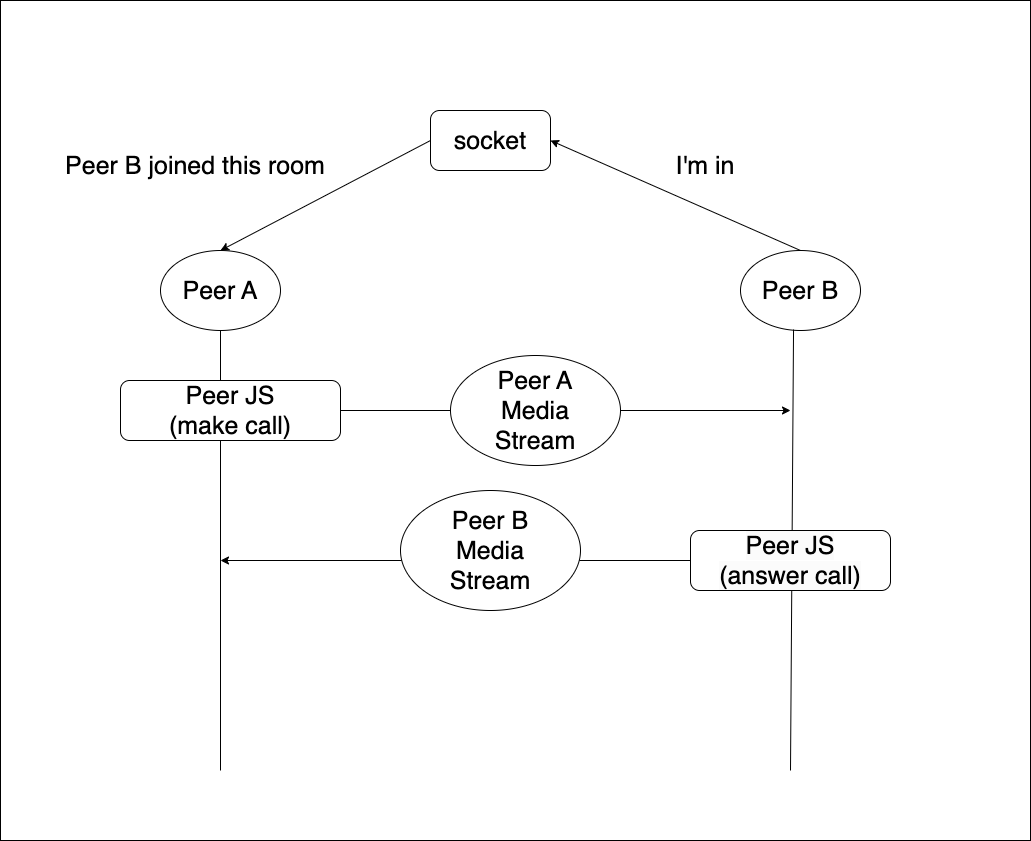
The draw.io diagram readme/peerjs.png in sand050965/mini-room, before a commit. Source tidied: cells renumbered, new cells last; positions are measured from the earlier drawing's top-left corner, leaving out a move shared by most shapes. Source of this version:
```xml
<mxGraphModel>
  <root>
    <mxCell id="0" />
    <mxCell id="1" parent="0" />
    <mxCell id="2" style="rounded=0;whiteSpace=wrap;html=1;" parent="1" vertex="1">
      <mxGeometry width="1030" height="840" as="geometry" />
    </mxCell>
    <mxCell id="3" value="&lt;font style=&quot;font-size: 25px;&quot;&gt;Peer A&lt;/font&gt;" style="ellipse;whiteSpace=wrap;html=1;" parent="1" vertex="1">
      <mxGeometry x="160" y="250" width="120" height="80" as="geometry" />
    </mxCell>
    <mxCell id="4" value="&lt;font style=&quot;font-size: 25px;&quot;&gt;Peer B&lt;/font&gt;" style="ellipse;whiteSpace=wrap;html=1;" parent="1" vertex="1">
      <mxGeometry x="740" y="250" width="120" height="80" as="geometry" />
    </mxCell>
    <mxCell id="5" style="endArrow=none;html=1;rounded=0;fontSize=25;entryX=0.5;entryY=1;entryDx=0;entryDy=0;" parent="1" edge="1" target="3">
      <mxGeometry relative="1" as="geometry">
        <mxPoint x="220" y="770" as="sourcePoint" />
      </mxGeometry>
    </mxCell>
    <mxCell id="6" style="endArrow=none;html=1;rounded=0;fontSize=25;entryX=0.442;entryY=0.988;entryDx=0;entryDy=0;entryPerimeter=0;" parent="1" edge="1" target="4">
      <mxGeometry relative="1" as="geometry">
        <mxPoint x="790" y="770" as="sourcePoint" />
      </mxGeometry>
    </mxCell>
    <mxCell id="7" value="socket" style="rounded=1;whiteSpace=wrap;html=1;fontSize=25;" parent="1" vertex="1">
      <mxGeometry x="430" y="110" width="120" height="60" as="geometry" />
    </mxCell>
    <mxCell id="8" style="endArrow=classic;html=1;rounded=0;fontSize=25;exitX=0.5;exitY=0;exitDx=0;exitDy=0;" parent="1" edge="1" source="4">
      <mxGeometry relative="1" as="geometry">
        <mxPoint x="550" y="140" as="targetPoint" />
      </mxGeometry>
    </mxCell>
    <mxCell id="9" value="I'm in" style="text;html=1;strokeColor=none;fillColor=none;align=center;verticalAlign=middle;whiteSpace=wrap;rounded=0;fontSize=25;" parent="1" vertex="1">
      <mxGeometry x="640" y="150" width="130" height="30" as="geometry" />
    </mxCell>
    <mxCell id="10" style="endArrow=classic;html=1;rounded=0;fontSize=25;exitX=0;exitY=0.5;exitDx=0;exitDy=0;entryX=0.5;entryY=0;entryDx=0;entryDy=0;" parent="1" edge="1" source="7" target="3">
      <mxGeometry relative="1" as="geometry" />
    </mxCell>
    <mxCell id="11" value="Peer B joined this room" style="text;html=1;strokeColor=none;fillColor=none;align=center;verticalAlign=middle;whiteSpace=wrap;rounded=0;fontSize=25;" parent="1" vertex="1">
      <mxGeometry x="40" y="150" width="310" height="30" as="geometry" />
    </mxCell>
    <mxCell id="12" style="endArrow=classic;html=1;rounded=0;fontSize=25;startArrow=none;" parent="1" edge="1" source="16">
      <mxGeometry relative="1" as="geometry">
        <mxPoint x="790" y="410" as="targetPoint" />
      </mxGeometry>
    </mxCell>
    <mxCell id="13" style="endArrow=none;html=1;rounded=0;fontSize=25;" parent="1" edge="1" target="14">
      <mxGeometry relative="1" as="geometry">
        <mxPoint x="220" y="410" as="sourcePoint" />
      </mxGeometry>
    </mxCell>
    <mxCell id="14" value="Peer JS&lt;br&gt;(make call)" style="rounded=1;whiteSpace=wrap;html=1;fontSize=25;" parent="1" vertex="1">
      <mxGeometry x="120" y="380" width="220" height="60" as="geometry" />
    </mxCell>
    <mxCell id="15" style="endArrow=none;html=1;rounded=0;fontSize=25;startArrow=none;" parent="1" edge="1" source="14" target="16">
      <mxGeometry relative="1" as="geometry" />
    </mxCell>
    <mxCell id="16" value="Peer A&lt;br&gt;Media&lt;br&gt;Stream" style="ellipse;whiteSpace=wrap;html=1;fontSize=25;" parent="1" vertex="1">
      <mxGeometry x="450" y="355" width="170" height="110" as="geometry" />
    </mxCell>
    <mxCell id="17" value="&lt;span style=&quot;color: rgb(0, 0, 0); font-family: Helvetica; font-size: 25px; font-style: normal; font-variant-ligatures: normal; font-variant-caps: normal; font-weight: 400; letter-spacing: normal; orphans: 2; text-align: center; text-indent: 0px; text-transform: none; widows: 2; word-spacing: 0px; -webkit-text-stroke-width: 0px; background-color: rgb(251, 251, 251); text-decoration-thickness: initial; text-decoration-style: initial; text-decoration-color: initial; float: none; display: inline !important;&quot;&gt;Peer JS&lt;/span&gt;&lt;br style=&quot;border-color: var(--border-color); color: rgb(0, 0, 0); font-family: Helvetica; font-size: 25px; font-style: normal; font-variant-ligatures: normal; font-variant-caps: normal; font-weight: 400; letter-spacing: normal; orphans: 2; text-align: center; text-indent: 0px; text-transform: none; widows: 2; word-spacing: 0px; -webkit-text-stroke-width: 0px; background-color: rgb(251, 251, 251); text-decoration-thickness: initial; text-decoration-style: initial; text-decoration-color: initial;&quot;&gt;&lt;span style=&quot;color: rgb(0, 0, 0); font-family: Helvetica; font-size: 25px; font-style: normal; font-variant-ligatures: normal; font-variant-caps: normal; font-weight: 400; letter-spacing: normal; orphans: 2; text-align: center; text-indent: 0px; text-transform: none; widows: 2; word-spacing: 0px; -webkit-text-stroke-width: 0px; background-color: rgb(251, 251, 251); text-decoration-thickness: initial; text-decoration-style: initial; text-decoration-color: initial; float: none; display: inline !important;&quot;&gt;(answer call)&lt;/span&gt;" style="rounded=1;whiteSpace=wrap;html=1;fontSize=25;" parent="1" vertex="1">
      <mxGeometry x="690" y="530" width="200" height="60" as="geometry" />
    </mxCell>
    <mxCell id="18" style="endArrow=classic;html=1;rounded=0;fontSize=25;exitX=0;exitY=0.5;exitDx=0;exitDy=0;" parent="1" edge="1" source="17">
      <mxGeometry relative="1" as="geometry">
        <mxPoint x="220" y="560" as="targetPoint" />
      </mxGeometry>
    </mxCell>
    <mxCell id="19" value="Peer B&lt;br&gt;Media&lt;br&gt;Stream" style="ellipse;whiteSpace=wrap;html=1;fontSize=25;" parent="1" vertex="1">
      <mxGeometry x="400" y="490" width="180" height="120" as="geometry" />
    </mxCell>
  </root>
</mxGraphModel>
```
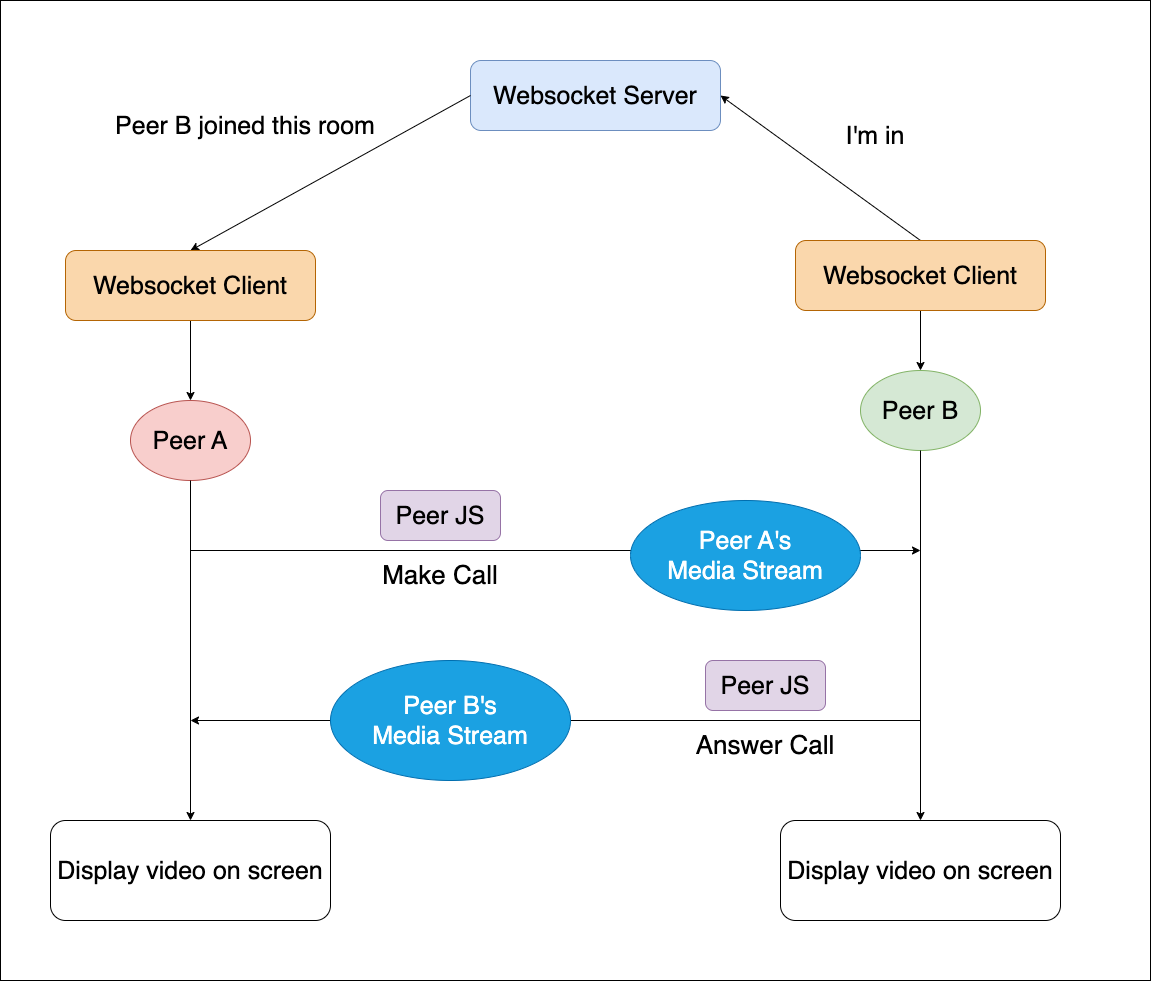
After the commit.

The edit, as a diff of the source:
```diff
@@ -3,70 +3,82 @@
     <mxCell id="0" />
     <mxCell id="1" parent="0" />
     <mxCell id="2" style="rounded=0;whiteSpace=wrap;html=1;" parent="1" vertex="1">
-      <mxGeometry width="1030" height="840" as="geometry" />
+      <mxGeometry x="-120" y="-120" width="1150" height="980" as="geometry" />
     </mxCell>
-    <mxCell id="3" value="&lt;font style=&quot;font-size: 25px;&quot;&gt;Peer A&lt;/font&gt;" style="ellipse;whiteSpace=wrap;html=1;" parent="1" vertex="1">
-      <mxGeometry x="160" y="250" width="120" height="80" as="geometry" />
+    <mxCell id="3" value="&lt;font style=&quot;font-size: 25px;&quot;&gt;Peer A&lt;/font&gt;" style="ellipse;whiteSpace=wrap;html=1;fillColor=#f8cecc;strokeColor=#b85450;" parent="1" vertex="1">
+      <mxGeometry x="10" y="280" width="120" height="80" as="geometry" />
     </mxCell>
-    <mxCell id="4" value="&lt;font style=&quot;font-size: 25px;&quot;&gt;Peer B&lt;/font&gt;" style="ellipse;whiteSpace=wrap;html=1;" parent="1" vertex="1">
+    <mxCell id="4" value="&lt;font style=&quot;font-size: 25px;&quot;&gt;Peer B&lt;/font&gt;" style="ellipse;whiteSpace=wrap;html=1;fillColor=#d5e8d4;strokeColor=#82b366;" parent="1" vertex="1">
       <mxGeometry x="740" y="250" width="120" height="80" as="geometry" />
     </mxCell>
-    <mxCell id="5" style="endArrow=none;html=1;rounded=0;fontSize=25;entryX=0.5;entryY=1;entryDx=0;entryDy=0;" parent="1" edge="1" target="3">
-      <mxGeometry relative="1" as="geometry">
-        <mxPoint x="220" y="770" as="sourcePoint" />
-      </mxGeometry>
-    </mxCell>
-    <mxCell id="6" style="endArrow=none;html=1;rounded=0;fontSize=25;entryX=0.442;entryY=0.988;entryDx=0;entryDy=0;entryPerimeter=0;" parent="1" edge="1" target="4">
-      <mxGeometry relative="1" as="geometry">
-        <mxPoint x="790" y="770" as="sourcePoint" />
-      </mxGeometry>
-    </mxCell>
-    <mxCell id="7" value="socket" style="rounded=1;whiteSpace=wrap;html=1;fontSize=25;" parent="1" vertex="1">
-      <mxGeometry x="430" y="110" width="120" height="60" as="geometry" />
+    <mxCell id="7" value="Websocket Server" style="rounded=1;whiteSpace=wrap;html=1;fontSize=25;fillColor=#dae8fc;strokeColor=#6c8ebf;" parent="1" vertex="1">
+      <mxGeometry x="350" y="-60" width="250" height="70" as="geometry" />
     </mxCell>
-    <mxCell id="8" style="endArrow=classic;html=1;rounded=0;fontSize=25;exitX=0.5;exitY=0;exitDx=0;exitDy=0;" parent="1" edge="1" source="4">
-      <mxGeometry relative="1" as="geometry">
-        <mxPoint x="550" y="140" as="targetPoint" />
-      </mxGeometry>
+    <mxCell id="8" style="endArrow=classic;html=1;rounded=0;fontSize=25;exitX=0.5;exitY=0;exitDx=0;exitDy=0;entryX=1;entryY=0.5;entryDx=0;entryDy=0;" parent="1" edge="1" source="28" target="7">
+      <mxGeometry relative="1" as="geometry" />
     </mxCell>
     <mxCell id="9" value="I'm in" style="text;html=1;strokeColor=none;fillColor=none;align=center;verticalAlign=middle;whiteSpace=wrap;rounded=0;fontSize=25;" parent="1" vertex="1">
-      <mxGeometry x="640" y="150" width="130" height="30" as="geometry" />
+      <mxGeometry x="690" width="130" height="30" as="geometry" />
     </mxCell>
-    <mxCell id="10" style="endArrow=classic;html=1;rounded=0;fontSize=25;exitX=0;exitY=0.5;exitDx=0;exitDy=0;entryX=0.5;entryY=0;entryDx=0;entryDy=0;" parent="1" edge="1" source="7" target="3">
+    <mxCell id="10" style="endArrow=classic;html=1;rounded=0;fontSize=25;exitX=0;exitY=0.5;exitDx=0;exitDy=0;entryX=0.5;entryY=0;entryDx=0;entryDy=0;" parent="1" edge="1" source="7" target="30">
       <mxGeometry relative="1" as="geometry" />
     </mxCell>
     <mxCell id="11" value="Peer B joined this room" style="text;html=1;strokeColor=none;fillColor=none;align=center;verticalAlign=middle;whiteSpace=wrap;rounded=0;fontSize=25;" parent="1" vertex="1">
-      <mxGeometry x="40" y="150" width="310" height="30" as="geometry" />
+      <mxGeometry x="-30" y="-10" width="310" height="30" as="geometry" />
     </mxCell>
-    <mxCell id="12" style="endArrow=classic;html=1;rounded=0;fontSize=25;startArrow=none;" parent="1" edge="1" source="16">
+    <mxCell id="12" style="endArrow=classic;html=1;rounded=0;fontSize=25;startArrow=none;" parent="1" edge="1">
       <mxGeometry relative="1" as="geometry">
-        <mxPoint x="790" y="410" as="targetPoint" />
+        <mxPoint x="70" y="430" as="sourcePoint" />
+        <mxPoint x="800" y="430" as="targetPoint" />
       </mxGeometry>
     </mxCell>
-    <mxCell id="13" style="endArrow=none;html=1;rounded=0;fontSize=25;" parent="1" edge="1" target="14">
-      <mxGeometry relative="1" as="geometry">
-        <mxPoint x="220" y="410" as="sourcePoint" />
-      </mxGeometry>
-    </mxCell>
-    <mxCell id="14" value="Peer JS&lt;br&gt;(make call)" style="rounded=1;whiteSpace=wrap;html=1;fontSize=25;" parent="1" vertex="1">
-      <mxGeometry x="120" y="380" width="220" height="60" as="geometry" />
-    </mxCell>
-    <mxCell id="15" style="endArrow=none;html=1;rounded=0;fontSize=25;startArrow=none;" parent="1" edge="1" source="14" target="16">
-      <mxGeometry relative="1" as="geometry" />
-    </mxCell>
-    <mxCell id="16" value="Peer A&lt;br&gt;Media&lt;br&gt;Stream" style="ellipse;whiteSpace=wrap;html=1;fontSize=25;" parent="1" vertex="1">
-      <mxGeometry x="450" y="355" width="170" height="110" as="geometry" />
+    <mxCell id="16" value="Peer A's&lt;br&gt;Media&amp;nbsp;Stream" style="ellipse;whiteSpace=wrap;html=1;fontSize=25;fillColor=#1ba1e2;strokeColor=#006EAF;fontColor=#ffffff;" parent="1" vertex="1">
+      <mxGeometry x="510" y="380" width="230" height="110" as="geometry" />
     </mxCell>
-    <mxCell id="17" value="&lt;span style=&quot;color: rgb(0, 0, 0); font-family: Helvetica; font-size: 25px; font-style: normal; font-variant-ligatures: normal; font-variant-caps: normal; font-weight: 400; letter-spacing: normal; orphans: 2; text-align: center; text-indent: 0px; text-transform: none; widows: 2; word-spacing: 0px; -webkit-text-stroke-width: 0px; background-color: rgb(251, 251, 251); text-decoration-thickness: initial; text-decoration-style: initial; text-decoration-color: initial; float: none; display: inline !important;&quot;&gt;Peer JS&lt;/span&gt;&lt;br style=&quot;border-color: var(--border-color); color: rgb(0, 0, 0); font-family: Helvetica; font-size: 25px; font-style: normal; font-variant-ligatures: normal; font-variant-caps: normal; font-weight: 400; letter-spacing: normal; orphans: 2; text-align: center; text-indent: 0px; text-transform: none; widows: 2; word-spacing: 0px; -webkit-text-stroke-width: 0px; background-color: rgb(251, 251, 251); text-decoration-thickness: initial; text-decoration-style: initial; text-decoration-color: initial;&quot;&gt;&lt;span style=&quot;color: rgb(0, 0, 0); font-family: Helvetica; font-size: 25px; font-style: normal; font-variant-ligatures: normal; font-variant-caps: normal; font-weight: 400; letter-spacing: normal; orphans: 2; text-align: center; text-indent: 0px; text-transform: none; widows: 2; word-spacing: 0px; -webkit-text-stroke-width: 0px; background-color: rgb(251, 251, 251); text-decoration-thickness: initial; text-decoration-style: initial; text-decoration-color: initial; float: none; display: inline !important;&quot;&gt;(answer call)&lt;/span&gt;" style="rounded=1;whiteSpace=wrap;html=1;fontSize=25;" parent="1" vertex="1">
-      <mxGeometry x="690" y="530" width="200" height="60" as="geometry" />
-    </mxCell>
-    <mxCell id="18" style="endArrow=classic;html=1;rounded=0;fontSize=25;exitX=0;exitY=0.5;exitDx=0;exitDy=0;" parent="1" edge="1" source="17">
+    <mxCell id="18" style="endArrow=classic;html=1;rounded=0;fontSize=25;" parent="1" edge="1">
       <mxGeometry relative="1" as="geometry">
-        <mxPoint x="220" y="560" as="targetPoint" />
+        <mxPoint x="800" y="600" as="sourcePoint" />
+        <mxPoint x="70" y="600" as="targetPoint" />
       </mxGeometry>
     </mxCell>
-    <mxCell id="19" value="Peer B&lt;br&gt;Media&lt;br&gt;Stream" style="ellipse;whiteSpace=wrap;html=1;fontSize=25;" parent="1" vertex="1">
-      <mxGeometry x="400" y="490" width="180" height="120" as="geometry" />
+    <mxCell id="19" value="Peer B's&lt;br&gt;Media&amp;nbsp;Stream" style="ellipse;whiteSpace=wrap;html=1;fontSize=25;fillColor=#1ba1e2;strokeColor=#006EAF;fontColor=#ffffff;" parent="1" vertex="1">
+      <mxGeometry x="210" y="540" width="240" height="120" as="geometry" />
     </mxCell>
+    <mxCell id="20" style="endArrow=classic;html=1;rounded=0;exitX=0.5;exitY=1;exitDx=0;exitDy=0;entryX=0.5;entryY=0;entryDx=0;entryDy=0;" parent="1" edge="1" source="3" target="22">
+      <mxGeometry relative="1" as="geometry" />
+    </mxCell>
+    <mxCell id="14" value="Peer JS" style="rounded=1;whiteSpace=wrap;html=1;fontSize=25;fillColor=#e1d5e7;strokeColor=#9673a6;" parent="1" vertex="1">
+      <mxGeometry x="260" y="370" width="120" height="50" as="geometry" />
+    </mxCell>
+    <mxCell id="21" value="&lt;font style=&quot;font-size: 26px;&quot;&gt;Make Call&lt;/font&gt;" style="text;html=1;strokeColor=none;fillColor=none;align=center;verticalAlign=middle;whiteSpace=wrap;rounded=0;" parent="1" vertex="1">
+      <mxGeometry x="245" y="440" width="150" height="30" as="geometry" />
+    </mxCell>
+    <mxCell id="22" value="Display video on screen" style="rounded=1;whiteSpace=wrap;html=1;fontSize=25;" parent="1" vertex="1">
+      <mxGeometry x="-70" y="700" width="280" height="100" as="geometry" />
+    </mxCell>
+    <mxCell id="23" style="endArrow=classic;html=1;rounded=0;exitX=0.5;exitY=1;exitDx=0;exitDy=0;entryX=0.5;entryY=0;entryDx=0;entryDy=0;" parent="1" edge="1" source="4" target="24">
+      <mxGeometry relative="1" as="geometry" />
+    </mxCell>
+    <mxCell id="24" value="Display video on screen" style="rounded=1;whiteSpace=wrap;html=1;fontSize=25;" parent="1" vertex="1">
+      <mxGeometry x="660" y="700" width="280" height="100" as="geometry" />
+    </mxCell>
+    <mxCell id="25" value="&lt;font style=&quot;font-size: 26px;&quot;&gt;Answer Call&lt;/font&gt;" style="text;html=1;strokeColor=none;fillColor=none;align=center;verticalAlign=middle;whiteSpace=wrap;rounded=0;" parent="1" vertex="1">
+      <mxGeometry x="570" y="610" width="150" height="30" as="geometry" />
+    </mxCell>
+    <mxCell id="26" value="Peer JS" style="rounded=1;whiteSpace=wrap;html=1;fontSize=25;fillColor=#e1d5e7;strokeColor=#9673a6;" parent="1" vertex="1">
+      <mxGeometry x="585" y="540" width="120" height="50" as="geometry" />
+    </mxCell>
+    <mxCell id="27" style="edgeStyle=orthogonalEdgeStyle;rounded=0;jettySize=auto;html=1;" parent="1" edge="1" source="28" target="4">
+      <mxGeometry relative="1" as="geometry" />
+    </mxCell>
+    <mxCell id="28" value="Websocket Client" style="rounded=1;whiteSpace=wrap;html=1;fontSize=25;fillColor=#fad7ac;strokeColor=#b46504;" parent="1" vertex="1">
+      <mxGeometry x="675" y="120" width="250" height="70" as="geometry" />
+    </mxCell>
+    <mxCell id="29" style="edgeStyle=orthogonalEdgeStyle;rounded=0;jettySize=auto;html=1;" parent="1" edge="1" source="30" target="3">
+      <mxGeometry relative="1" as="geometry" />
+    </mxCell>
+    <mxCell id="30" value="Websocket Client" style="rounded=1;whiteSpace=wrap;html=1;fontSize=25;fillColor=#fad7ac;strokeColor=#b46504;" parent="1" vertex="1">
+      <mxGeometry x="-55" y="130" width="250" height="70" as="geometry" />
+    </mxCell>
   </root>
 </mxGraphModel>
```
